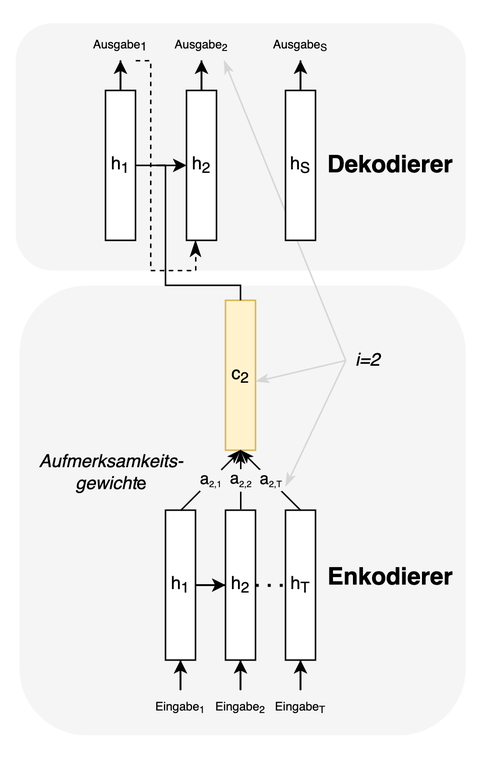
omseeth/omseeth.github.io keeps this draw.io diagram as assets/img/attention_seq.png. Above is the earlier version. Source tidied: cells renumbered, new cells last; positions are measured from the earlier drawing's top-left corner, leaving out a move shared by most shapes. Its diagram source:
```xml
<mxGraphModel>
  <root>
    <mxCell id="0" />
    <mxCell id="1" parent="0" />
    <mxCell id="2" style="rounded=0;whiteSpace=wrap;html=1;strokeColor=none;" parent="1" vertex="1">
      <mxGeometry width="320" height="510" as="geometry" />
    </mxCell>
    <mxCell id="3" style="rounded=1;whiteSpace=wrap;html=1;fillColor=#f5f5f5;fontColor=#333333;strokeColor=none;labelBackgroundColor=#f5f5f5;" parent="1" vertex="1">
      <mxGeometry x="12.5" y="190" width="297.5" height="300" as="geometry" />
    </mxCell>
    <mxCell id="4" style="rounded=1;whiteSpace=wrap;html=1;fillColor=#f5f5f5;fontColor=#333333;strokeColor=none;" parent="1" vertex="1">
      <mxGeometry x="10" y="15" width="300" height="165" as="geometry" />
    </mxCell>
    <mxCell id="5" value="c&lt;sub&gt;2&lt;/sub&gt;" style="rounded=0;whiteSpace=wrap;html=1;fillColor=#fff2cc;strokeColor=#d6b656;" parent="1" vertex="1">
      <mxGeometry x="150" y="200" width="20" height="100" as="geometry" />
    </mxCell>
    <mxCell id="6" style="edgeStyle=orthogonalEdgeStyle;rounded=0;jettySize=auto;html=1;entryX=0;entryY=0.5;entryDx=0;entryDy=0;" parent="1" edge="1" source="7" target="8">
      <mxGeometry relative="1" as="geometry" />
    </mxCell>
    <mxCell id="7" value="h&lt;sub&gt;1&lt;/sub&gt;" style="rounded=0;whiteSpace=wrap;html=1;" parent="1" vertex="1">
      <mxGeometry x="110" y="340" width="20" height="100" as="geometry" />
    </mxCell>
    <mxCell id="8" value="h&lt;sub&gt;2&lt;/sub&gt;" style="rounded=0;whiteSpace=wrap;html=1;" parent="1" vertex="1">
      <mxGeometry x="150" y="340" width="20" height="100" as="geometry" />
    </mxCell>
    <mxCell id="9" value="h&lt;sub&gt;T&lt;/sub&gt;" style="rounded=0;whiteSpace=wrap;html=1;" parent="1" vertex="1">
      <mxGeometry x="190" y="340" width="20" height="100" as="geometry" />
    </mxCell>
    <mxCell id="10" style="endArrow=classicThin;html=1;rounded=0;entryX=0.5;entryY=1;entryDx=0;entryDy=0;exitX=0.5;exitY=0;exitDx=0;exitDy=0;exitPerimeter=0;endFill=1;" parent="1" edge="1" source="7" target="5">
      <mxGeometry relative="1" as="geometry" />
    </mxCell>
    <mxCell id="11" value="a&lt;font size=&quot;1&quot;&gt;&lt;sub&gt;&lt;font style=&quot;font-size: 6px;&quot;&gt;2,1&lt;/font&gt;&lt;/sub&gt;&lt;/font&gt;" style="edgeLabel;html=1;align=center;verticalAlign=middle;labelBackgroundColor=#F5F5F5;" parent="10" vertex="1">
      <mxGeometry relative="1" as="geometry" />
    </mxCell>
    <mxCell id="12" style="endArrow=classicThin;html=1;rounded=0;entryX=0.5;entryY=1;entryDx=0;entryDy=0;endFill=1;" parent="1" edge="1" target="5">
      <mxGeometry relative="1" as="geometry">
        <mxPoint x="160" y="339.3" as="sourcePoint" />
      </mxGeometry>
    </mxCell>
    <mxCell id="13" value="a&lt;sub&gt;&lt;font style=&quot;font-size: 6px;&quot;&gt;2,2&lt;/font&gt;&lt;/sub&gt;" style="edgeLabel;html=1;align=center;verticalAlign=middle;labelBackgroundColor=#F5F5F5;" parent="12" vertex="1">
      <mxGeometry relative="1" as="geometry" />
    </mxCell>
    <mxCell id="14" style="endArrow=classicThin;html=1;rounded=0;entryX=0.5;entryY=1;entryDx=0;entryDy=0;exitX=0.5;exitY=0;exitDx=0;exitDy=0;endFill=1;" parent="1" edge="1" source="9" target="5">
      <mxGeometry relative="1" as="geometry" />
    </mxCell>
    <mxCell id="15" value="a&lt;font size=&quot;1&quot;&gt;&lt;sub&gt;&lt;font style=&quot;font-size: 6px;&quot;&gt;2,T&lt;/font&gt;&lt;/sub&gt;&lt;/font&gt;" style="edgeLabel;html=1;align=center;verticalAlign=middle;labelBackgroundColor=#F5F5F5;" parent="14" vertex="1">
      <mxGeometry relative="1" as="geometry" />
    </mxCell>
    <mxCell id="16" value="&lt;div&gt;&lt;i&gt;Aufmerksamkeits-&lt;/i&gt;&lt;/div&gt;&lt;div&gt;&lt;i&gt;gewicht&lt;/i&gt;e&lt;br&gt;&lt;/div&gt;" style="text;html=1;align=center;verticalAlign=middle;whiteSpace=wrap;rounded=0;" parent="1" vertex="1">
      <mxGeometry x="44" y="300" width="60" height="30" as="geometry" />
    </mxCell>
    <mxCell id="17" value="&lt;i&gt;i=2&lt;/i&gt;" style="text;html=1;align=center;verticalAlign=middle;whiteSpace=wrap;rounded=0;" parent="1" vertex="1">
      <mxGeometry x="230" y="230" width="30" height="20" as="geometry" />
    </mxCell>
    <mxCell id="18" style="endArrow=classicThin;html=1;rounded=0;endFill=1;strokeColor=#D6D6D6;exitX=0;exitY=0.5;exitDx=0;exitDy=0;" parent="1" edge="1" source="17">
      <mxGeometry relative="1" as="geometry">
        <mxPoint x="190" y="324.1" as="targetPoint" />
      </mxGeometry>
    </mxCell>
    <mxCell id="19" style="edgeStyle=orthogonalEdgeStyle;rounded=0;jettySize=auto;html=1;entryX=0.5;entryY=1;entryDx=0;entryDy=0;" parent="1" edge="1" source="20" target="7">
      <mxGeometry relative="1" as="geometry" />
    </mxCell>
    <mxCell id="20" value="&lt;font style=&quot;font-size: 8px;&quot;&gt;Eingabe&lt;sub&gt;1&lt;/sub&gt;&lt;/font&gt;" style="text;html=1;align=center;verticalAlign=middle;whiteSpace=wrap;rounded=0;" parent="1" vertex="1">
      <mxGeometry x="90" y="460" width="60" height="20" as="geometry" />
    </mxCell>
    <mxCell id="21" style="edgeStyle=orthogonalEdgeStyle;rounded=0;jettySize=auto;html=1;entryX=0.5;entryY=1;entryDx=0;entryDy=0;" parent="1" edge="1" source="22" target="8">
      <mxGeometry relative="1" as="geometry" />
    </mxCell>
    <mxCell id="22" value="&lt;font style=&quot;font-size: 8px;&quot;&gt;Eingabe&lt;sub&gt;2&lt;/sub&gt;&lt;/font&gt;" style="text;html=1;align=center;verticalAlign=middle;whiteSpace=wrap;rounded=0;" parent="1" vertex="1">
      <mxGeometry x="130" y="460" width="60" height="20" as="geometry" />
    </mxCell>
    <mxCell id="23" style="edgeStyle=orthogonalEdgeStyle;rounded=0;jettySize=auto;html=1;entryX=0.5;entryY=1;entryDx=0;entryDy=0;" parent="1" edge="1" source="24" target="9">
      <mxGeometry relative="1" as="geometry" />
    </mxCell>
    <mxCell id="24" value="&lt;font style=&quot;font-size: 8px;&quot;&gt;Eingabe&lt;sub&gt;T&lt;/sub&gt;&lt;/font&gt;" style="text;html=1;align=center;verticalAlign=middle;whiteSpace=wrap;rounded=0;" parent="1" vertex="1">
      <mxGeometry x="170" y="460" width="60" height="20" as="geometry" />
    </mxCell>
    <mxCell id="25" style="endArrow=classicThin;html=1;rounded=0;endFill=1;strokeColor=#D6D6D6;" parent="1" edge="1">
      <mxGeometry relative="1" as="geometry">
        <mxPoint x="230" y="240" as="sourcePoint" />
        <mxPoint x="170" y="254.1" as="targetPoint" />
      </mxGeometry>
    </mxCell>
    <mxCell id="26" style="edgeStyle=orthogonalEdgeStyle;rounded=0;jettySize=auto;html=1;entryX=0;entryY=0.5;entryDx=0;entryDy=0;" parent="1" edge="1" source="28" target="31">
      <mxGeometry relative="1" as="geometry" />
    </mxCell>
    <mxCell id="27" style="edgeStyle=orthogonalEdgeStyle;rounded=0;jettySize=auto;html=1;entryX=0.5;entryY=1;entryDx=0;entryDy=0;" parent="1" edge="1" source="28" target="35">
      <mxGeometry relative="1" as="geometry" />
    </mxCell>
    <mxCell id="28" value="h&lt;sub&gt;1&lt;/sub&gt;" style="rounded=0;whiteSpace=wrap;html=1;" parent="1" vertex="1">
      <mxGeometry x="70" y="60" width="20" height="100" as="geometry" />
    </mxCell>
    <mxCell id="29" style="edgeStyle=orthogonalEdgeStyle;rounded=0;jettySize=auto;html=1;entryX=0.5;entryY=1;entryDx=0;entryDy=0;" parent="1" edge="1" source="31" target="36">
      <mxGeometry relative="1" as="geometry" />
    </mxCell>
    <mxCell id="30" style="endArrow=classicThin;html=1;rounded=0;endFill=1;strokeColor=#D6D6D6;exitX=0;exitY=0.5;exitDx=0;exitDy=0;entryX=0.75;entryY=1;entryDx=0;entryDy=0;" parent="1" edge="1" source="17" target="36">
      <mxGeometry relative="1" as="geometry" />
    </mxCell>
    <mxCell id="31" value="h&lt;sub&gt;2&lt;/sub&gt;" style="rounded=0;whiteSpace=wrap;html=1;" parent="1" vertex="1">
      <mxGeometry x="124" y="60" width="20" height="100" as="geometry" />
    </mxCell>
    <mxCell id="32" style="edgeStyle=orthogonalEdgeStyle;rounded=0;jettySize=auto;html=1;entryX=0.5;entryY=1;entryDx=0;entryDy=0;" parent="1" edge="1" source="33" target="37">
      <mxGeometry relative="1" as="geometry" />
    </mxCell>
    <mxCell id="33" value="h&lt;sub&gt;S&lt;/sub&gt;" style="rounded=0;whiteSpace=wrap;html=1;" parent="1" vertex="1">
      <mxGeometry x="190" y="60" width="20" height="100" as="geometry" />
    </mxCell>
    <mxCell id="34" style="endArrow=none;dashed=1;html=1;dashPattern=1 3;strokeWidth=2;rounded=0;entryX=0;entryY=0.5;entryDx=0;entryDy=0;" parent="1" edge="1" target="9">
      <mxGeometry relative="1" as="geometry">
        <mxPoint x="170" y="390" as="sourcePoint" />
      </mxGeometry>
    </mxCell>
    <mxCell id="35" value="Ausgabe&lt;sub style=&quot;font-size: 8px;&quot;&gt;1&lt;/sub&gt;" style="text;html=1;align=center;verticalAlign=middle;whiteSpace=wrap;rounded=0;fontSize=8;" parent="1" vertex="1">
      <mxGeometry x="50" y="20" width="60" height="20" as="geometry" />
    </mxCell>
    <mxCell id="36" value="Ausgabe&lt;sub&gt;2&lt;/sub&gt;" style="text;html=1;align=center;verticalAlign=middle;whiteSpace=wrap;rounded=0;fontSize=8;" parent="1" vertex="1">
      <mxGeometry x="104" y="20" width="60" height="20" as="geometry" />
    </mxCell>
    <mxCell id="37" value="Ausgabe&lt;sub&gt;S&lt;/sub&gt;" style="text;html=1;align=center;verticalAlign=middle;whiteSpace=wrap;rounded=0;fontSize=8;" parent="1" vertex="1">
      <mxGeometry x="170" y="20" width="60" height="20" as="geometry" />
    </mxCell>
    <mxCell id="38" style="edgeStyle=segmentEdgeStyle;endArrow=classicThin;html=1;curved=0;rounded=0;endSize=8;startSize=8;endFill=1;dashed=1;" parent="1" edge="1">
      <mxGeometry relative="1" as="geometry">
        <mxPoint x="90" y="40" as="sourcePoint" />
        <mxPoint x="130" y="160" as="targetPoint" />
        <Array as="points">
          <mxPoint x="100" y="40" />
          <mxPoint x="100" y="180" />
          <mxPoint x="130" y="180" />
          <mxPoint x="130" y="166" />
        </Array>
      </mxGeometry>
    </mxCell>
    <mxCell id="39" style="edgeStyle=elbowEdgeStyle;elbow=vertical;endArrow=none;html=1;curved=0;rounded=0;endSize=8;startSize=8;endFill=0;exitX=0.5;exitY=0;exitDx=0;exitDy=0;" parent="1" edge="1" source="5">
      <mxGeometry relative="1" as="geometry">
        <mxPoint x="110" y="110" as="targetPoint" />
        <Array as="points">
          <mxPoint x="130" y="190" />
        </Array>
      </mxGeometry>
    </mxCell>
    <mxCell id="40" value="&lt;font style=&quot;font-size: 16px;&quot;&gt;&lt;b&gt;Enkodierer&lt;/b&gt;&lt;/font&gt;" style="text;html=1;align=center;verticalAlign=middle;whiteSpace=wrap;rounded=0;" parent="1" vertex="1">
      <mxGeometry x="230" y="370" width="60" height="30" as="geometry" />
    </mxCell>
    <mxCell id="41" value="&lt;font size=&quot;1&quot;&gt;&lt;b style=&quot;font-size: 16px;&quot;&gt;Dekodierer&lt;/b&gt;&lt;/font&gt;" style="text;html=1;align=center;verticalAlign=middle;whiteSpace=wrap;rounded=0;" parent="1" vertex="1">
      <mxGeometry x="230" y="95" width="60" height="30" as="geometry" />
    </mxCell>
  </root>
</mxGraphModel>
```
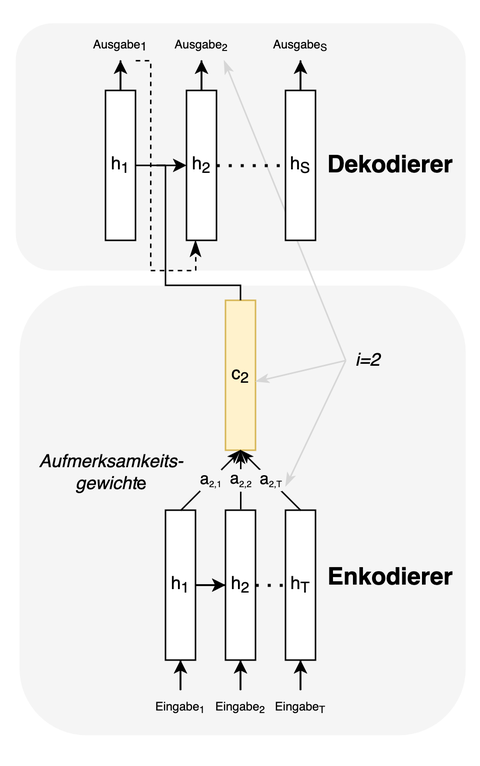
Above is the later version.

Commit message:
attention illustration added

Diff of the diagram source:
```diff
@@ -145,5 +145,10 @@
     <mxCell id="41" value="&lt;font size=&quot;1&quot;&gt;&lt;b style=&quot;font-size: 16px;&quot;&gt;Dekodierer&lt;/b&gt;&lt;/font&gt;" style="text;html=1;align=center;verticalAlign=middle;whiteSpace=wrap;rounded=0;" parent="1" vertex="1">
       <mxGeometry x="230" y="95" width="60" height="30" as="geometry" />
     </mxCell>
+    <mxCell id="42" style="endArrow=none;dashed=1;html=1;dashPattern=1 3;strokeWidth=2;rounded=0;entryX=0;entryY=0.5;entryDx=0;entryDy=0;" parent="1" edge="1" target="33">
+      <mxGeometry relative="1" as="geometry">
+        <mxPoint x="144" y="110" as="sourcePoint" />
+      </mxGeometry>
+    </mxCell>
   </root>
 </mxGraphModel>
```
